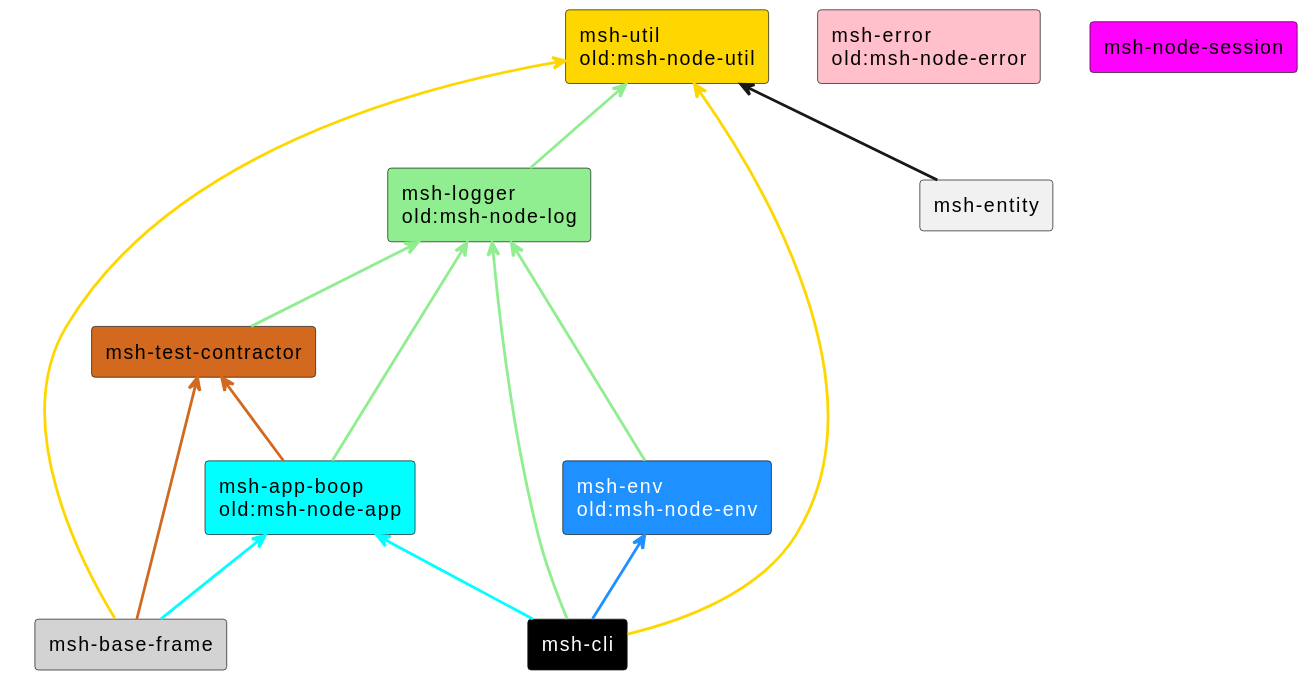
beecode-rs/msh keeps this PlantUML diagram as resource/diagram/project-rlation.svg. Above is the earlier version.
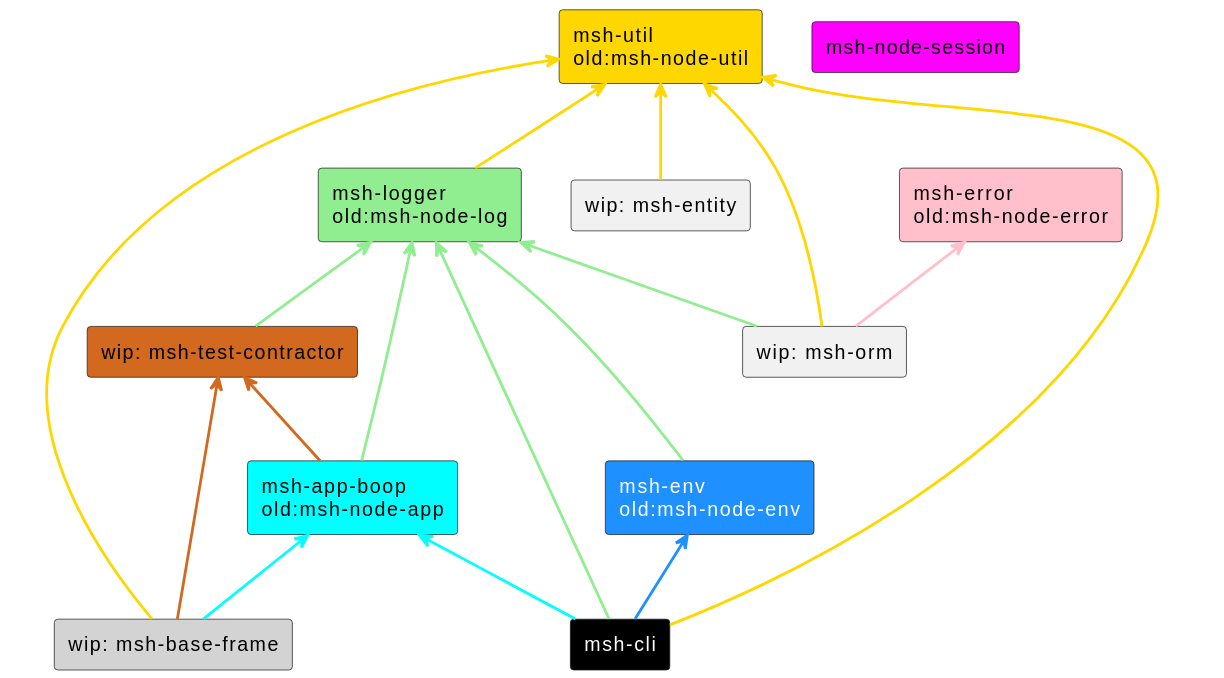
After the commit.

Change to the diagram source:
```diff
@@ -23,13 +23,14 @@
 rectangle "msh-logger\nold:msh-node-log" as logger #$logger_color
 
 rectangle "msh-app-boop\nold:msh-node-app" as app_boot #$app_boot_color
-rectangle "msh-test-contractor" as test_contractor #$test_contractor_color
+rectangle "wip: msh-test-contractor" as test_contractor #$test_contractor_color
 rectangle "msh-env\nold:msh-node-env" as env #$env_color;text:white
 
-rectangle "msh-base-frame" as base_frame #$base_frame_color
+rectangle "wip: msh-base-frame" as base_frame #$base_frame_color
 rectangle "msh-cli" as cli #$cli_color;text:white
 
-rectangle "msh-entity" as entity
+rectangle "wip: msh-entity" as entity
+rectangle "wip: msh-orm" as orm
 
 
 base_frame -up-> app_boot #$app_boot_color
@@ -52,7 +53,12 @@
 
 test_contractor -up-> logger #$logger_color
 
-logger -up-> util #$logger_color
+logger -up-> util #$util_color
 
-entity -up-> util
+entity -up-> util #$util_color
+
+
+orm -up-> util #$util_color
+orm -up-> error #$error_color
+orm -up-> logger #$logger_color
 @enduml
```
